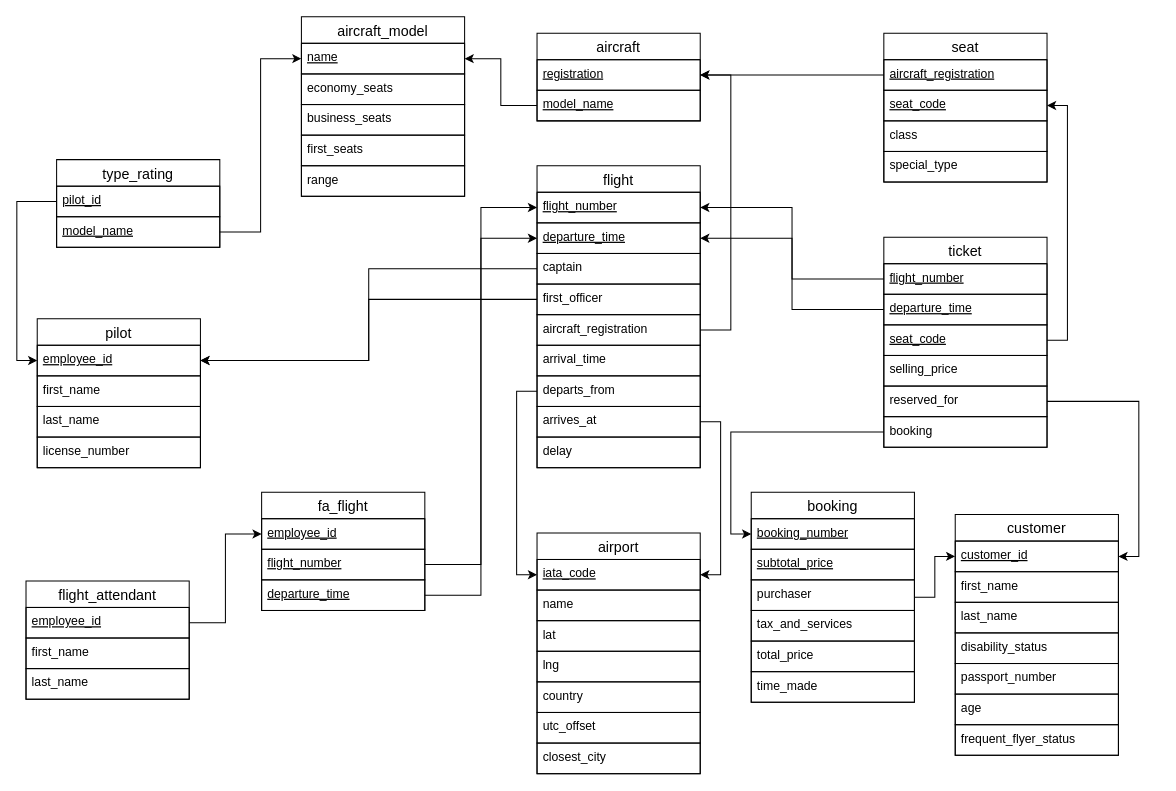
lyulka/comp3278 keeps this draw.io diagram as Airline system relational database schema.drawio. Above is the earlier version. Source tidied: cells renumbered, new cells numbered last; positions are measured from the earlier drawing's top-left corner, leaving out a move shared by most shapes. Both pictures are drawn from the tidied source at 102%, with x=0, y=0 at pixel (26, 16).
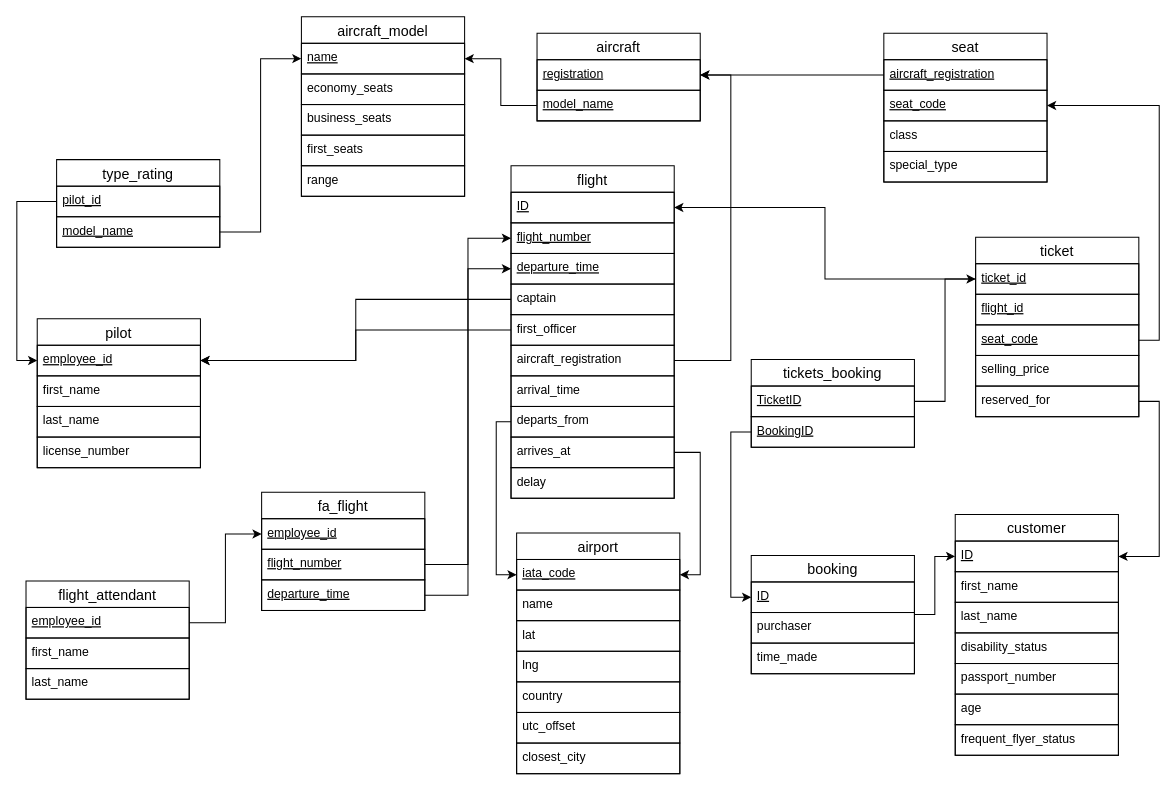
The same diagram, later.

The change refers to these unchanged cells:
```xml
<mxCell id="33" value="registration" style="text;fillColor=none;spacingLeft=4;spacingRight=4;overflow=hidden;points=[[0,0.5],[1,0.5]];portConstraint=eastwest;fontSize=12;fontStyle=4;strokeColor=#000000;" parent="32" vertex="1">
  <mxGeometry y="26" width="160" height="30" as="geometry" />
</mxCell>
<mxCell id="47" value="iata_code" style="text;fillColor=none;spacingLeft=4;spacingRight=4;overflow=hidden;points=[[0,0.5],[1,0.5]];portConstraint=eastwest;fontSize=12;fontStyle=4;strokeColor=#000000;" parent="46" vertex="1">
  <mxGeometry y="26" width="160" height="30" as="geometry" />
</mxCell>
<mxCell id="57" value="seat_code" style="text;fillColor=none;spacingLeft=4;spacingRight=4;overflow=hidden;points=[[0,0.5],[1,0.5]];portConstraint=eastwest;fontSize=12;fontStyle=4;strokeColor=#000000;" parent="55" vertex="1">
  <mxGeometry y="56" width="160" height="30" as="geometry" />
</mxCell>
<mxCell id="66" value="seat_code" style="text;fillColor=none;spacingLeft=4;spacingRight=4;overflow=hidden;points=[[0,0.5],[1,0.5]];portConstraint=eastwest;fontSize=12;strokeColor=#000000;fontStyle=4;" parent="63" vertex="1">
  <mxGeometry y="86" width="160" height="30" as="geometry" />
</mxCell>
<mxCell id="68" value="reserved_for" style="text;fillColor=none;spacingLeft=4;spacingRight=4;overflow=hidden;points=[[0,0.5],[1,0.5]];portConstraint=eastwest;fontSize=12;strokeColor=#000000;fontStyle=0;" parent="63" vertex="1">
  <mxGeometry y="146" width="160" height="30" as="geometry" />
</mxCell>
<mxCell id="73" value="customer" style="swimlane;fontStyle=0;horizontal=1;startSize=26;align=center;fontSize=14;" parent="1" vertex="1">
  <mxGeometry x="911" y="488" width="160" height="236" as="geometry" />
</mxCell>
```

The edit, as a diff of the source:
```diff
@@
     <mxCell id="35" value="flight" style="swimlane;fontStyle=0;horizontal=1;startSize=26;align=center;fontSize=14;" parent="1" vertex="1">
-      <mxGeometry x="501" y="146" width="160" height="296" as="geometry" />
+      <mxGeometry x="475.5" y="146" width="160" height="326" as="geometry" />
     </mxCell>
+    <mxCell id="90" value="ID" style="text;fillColor=none;spacingLeft=4;spacingRight=4;overflow=hidden;points=[[0,0.5],[1,0.5]];portConstraint=eastwest;fontSize=12;fontStyle=4;strokeColor=#000000;" parent="35" vertex="1">
+      <mxGeometry y="26" width="160" height="30" as="geometry" />
+    </mxCell>
     <mxCell id="36" value="flight_number" style="text;fillColor=none;spacingLeft=4;spacingRight=4;overflow=hidden;points=[[0,0.5],[1,0.5]];portConstraint=eastwest;fontSize=12;fontStyle=4;strokeColor=#000000;" parent="35" vertex="1">
-      <mxGeometry y="26" width="160" height="30" as="geometry" />
+      <mxGeometry y="56" width="160" height="30" as="geometry" />
     </mxCell>
     <mxCell id="37" value="departure_time" style="text;fillColor=none;spacingLeft=4;spacingRight=4;overflow=hidden;points=[[0,0.5],[1,0.5]];portConstraint=eastwest;fontSize=12;fontStyle=4;strokeColor=#000000;" parent="35" vertex="1">
-      <mxGeometry y="56" width="160" height="30" as="geometry" />
+      <mxGeometry y="86" width="160" height="30" as="geometry" />
     </mxCell>
     <mxCell id="38" value="captain" style="text;fillColor=none;spacingLeft=4;spacingRight=4;overflow=hidden;points=[[0,0.5],[1,0.5]];portConstraint=eastwest;fontSize=12;strokeColor=#000000;" parent="35" vertex="1">
-      <mxGeometry y="86" width="160" height="30" as="geometry" />
+      <mxGeometry y="116" width="160" height="30" as="geometry" />
     </mxCell>
     <mxCell id="39" value="first_officer" style="text;fillColor=none;spacingLeft=4;spacingRight=4;overflow=hidden;points=[[0,0.5],[1,0.5]];portConstraint=eastwest;fontSize=12;strokeColor=#000000;" parent="35" vertex="1">
-      <mxGeometry y="116" width="160" height="30" as="geometry" />
+      <mxGeometry y="146" width="160" height="30" as="geometry" />
     </mxCell>
     <mxCell id="40" value="aircraft_registration" style="text;fillColor=none;spacingLeft=4;spacingRight=4;overflow=hidden;points=[[0,0.5],[1,0.5]];portConstraint=eastwest;fontSize=12;strokeColor=#000000;" parent="35" vertex="1">
-      <mxGeometry y="146" width="160" height="30" as="geometry" />
+      <mxGeometry y="176" width="160" height="30" as="geometry" />
     </mxCell>
     <mxCell id="41" value="arrival_time" style="text;fillColor=none;spacingLeft=4;spacingRight=4;overflow=hidden;fontSize=12;strokeColor=#000000;" parent="35" vertex="1">
-      <mxGeometry y="176" width="160" height="30" as="geometry" />
+      <mxGeometry y="206" width="160" height="30" as="geometry" />
     </mxCell>
     <mxCell id="42" value="departs_from" style="text;fillColor=none;spacingLeft=4;spacingRight=4;overflow=hidden;points=[[0,0.5],[1,0.5]];portConstraint=eastwest;fontSize=12;strokeColor=#000000;" parent="35" vertex="1">
-      <mxGeometry y="206" width="160" height="30" as="geometry" />
+      <mxGeometry y="236" width="160" height="30" as="geometry" />
     </mxCell>
     <mxCell id="43" value="arrives_at" style="text;fillColor=none;spacingLeft=4;spacingRight=4;overflow=hidden;points=[[0,0.5],[1,0.5]];portConstraint=eastwest;fontSize=12;strokeColor=#000000;" parent="35" vertex="1">
-      <mxGeometry y="236" width="160" height="30" as="geometry" />
+      <mxGeometry y="266" width="160" height="30" as="geometry" />
     </mxCell>
     <mxCell id="44" value="delay" style="text;fillColor=none;spacingLeft=4;spacingRight=4;overflow=hidden;fontSize=12;strokeColor=#000000;" parent="35" vertex="1">
-      <mxGeometry y="266" width="160" height="30" as="geometry" />
+      <mxGeometry y="296" width="160" height="30" as="geometry" />
     </mxCell>
     <mxCell id="45" style="edgeStyle=orthogonalEdgeStyle;rounded=0;jettySize=auto;html=1;entryX=1;entryY=0.5;entryDx=0;entryDy=0;" parent="1" edge="1" source="40" target="33">
       <mxGeometry relative="1" as="geometry">
         <Array as="points">
-          <mxPoint x="691" y="307" />
+          <mxPoint x="691" y="337" />
           <mxPoint x="691" y="57" />
         </Array>
       </mxGeometry>
     </mxCell>
     <mxCell id="46" value="airport" style="swimlane;fontStyle=0;horizontal=1;startSize=26;align=center;fontSize=14;" parent="1" vertex="1">
-      <mxGeometry x="501" y="506" width="160" height="236" as="geometry" />
+      <mxGeometry x="481" y="506" width="160" height="236" as="geometry" />
     </mxCell>
@@
     <mxCell id="54" style="edgeStyle=orthogonalEdgeStyle;rounded=0;jettySize=auto;html=1;entryX=0;entryY=0.5;entryDx=0;entryDy=0;" parent="1" edge="1" source="42" target="47">
-      <mxGeometry relative="1" as="geometry" />
+      <mxGeometry relative="1" as="geometry">
+        <Array as="points">
+          <mxPoint x="461" y="397" />
+          <mxPoint x="461" y="547" />
+        </Array>
+      </mxGeometry>
     </mxCell>
@@
-    <mxCell id="61" style="edgeStyle=orthogonalEdgeStyle;rounded=0;jettySize=auto;html=1;entryX=1;entryY=0.5;entryDx=0;entryDy=0;" parent="1" edge="1" source="64" target="36">
+    <mxCell id="61" style="edgeStyle=orthogonalEdgeStyle;rounded=0;jettySize=auto;html=1;entryX=1;entryY=0.5;entryDx=0;entryDy=0;exitX=0;exitY=0.5;exitDx=0;exitDy=0;" parent="1" edge="1" source="91" target="90">
       <mxGeometry relative="1" as="geometry" />
     </mxCell>
-    <mxCell id="62" style="edgeStyle=orthogonalEdgeStyle;rounded=0;jettySize=auto;html=1;entryX=1;entryY=0.5;entryDx=0;entryDy=0;" parent="1" edge="1" source="65" target="37">
-      <mxGeometry relative="1" as="geometry" />
-    </mxCell>
     <mxCell id="63" value="ticket" style="swimlane;fontStyle=0;horizontal=1;startSize=26;align=center;fontSize=14;" parent="1" vertex="1">
-      <mxGeometry x="841" y="216" width="160" height="206" as="geometry" />
+      <mxGeometry x="931" y="216" width="160" height="176" as="geometry" />
     </mxCell>
+    <mxCell id="91" value="ticket_id" style="text;fillColor=none;spacingLeft=4;spacingRight=4;overflow=hidden;points=[[0,0.5],[1,0.5]];portConstraint=eastwest;fontSize=12;fontStyle=4;strokeColor=#000000;" parent="63" vertex="1">
+      <mxGeometry y="26" width="160" height="30" as="geometry" />
+    </mxCell>
-    <mxCell id="64" value="flight_number" style="text;fillColor=none;spacingLeft=4;spacingRight=4;overflow=hidden;points=[[0,0.5],[1,0.5]];portConstraint=eastwest;fontSize=12;fontStyle=4;strokeColor=#000000;" parent="63" vertex="1">
-      <mxGeometry y="26" width="160" height="30" as="geometry" />
+    <mxCell id="64" value="flight_id" style="text;fillColor=none;spacingLeft=4;spacingRight=4;overflow=hidden;points=[[0,0.5],[1,0.5]];portConstraint=eastwest;fontSize=12;fontStyle=4;strokeColor=#000000;" parent="63" vertex="1">
+      <mxGeometry y="56" width="160" height="30" as="geometry" />
     </mxCell>
-    <mxCell id="65" value="departure_time" style="text;fillColor=none;spacingLeft=4;spacingRight=4;overflow=hidden;points=[[0,0.5],[1,0.5]];portConstraint=eastwest;fontSize=12;fontStyle=4;strokeColor=#000000;" parent="63" vertex="1">
-      <mxGeometry y="56" width="160" height="30" as="geometry" />
-    </mxCell>
@@
-    <mxCell id="69" value="booking" style="text;fillColor=none;spacingLeft=4;spacingRight=4;overflow=hidden;points=[[0,0.5],[1,0.5]];portConstraint=eastwest;fontSize=12;strokeColor=#000000;fontStyle=0;" parent="63" vertex="1">
-      <mxGeometry y="176" width="160" height="30" as="geometry" />
-    </mxCell>
     <mxCell id="70" style="edgeStyle=orthogonalEdgeStyle;rounded=0;jettySize=auto;html=1;entryX=1;entryY=0.5;entryDx=0;entryDy=0;" parent="1" edge="1" source="66" target="57">
       <mxGeometry relative="1" as="geometry">
         <Array as="points">
-          <mxPoint x="1021" y="317" />
-          <mxPoint x="1021" y="87" />
+          <mxPoint x="1111" y="317" />
+          <mxPoint x="1111" y="87" />
         </Array>
       </mxGeometry>
     </mxCell>
-    <mxCell id="71" style="edgeStyle=orthogonalEdgeStyle;rounded=0;jettySize=auto;html=1;entryX=0;entryY=0.5;entryDx=0;entryDy=0;" parent="1" edge="1" source="69" target="83">
-      <mxGeometry relative="1" as="geometry" />
-    </mxCell>
@@
-    <mxCell id="74" value="customer_id" style="text;fillColor=none;spacingLeft=4;spacingRight=4;overflow=hidden;points=[[0,0.5],[1,0.5]];portConstraint=eastwest;fontSize=12;fontStyle=4;strokeColor=#000000;" parent="73" vertex="1">
+    <mxCell id="74" value="ID" style="text;fillColor=none;spacingLeft=4;spacingRight=4;overflow=hidden;points=[[0,0.5],[1,0.5]];portConstraint=eastwest;fontSize=12;fontStyle=4;strokeColor=#000000;" parent="73" vertex="1">
       <mxGeometry y="26" width="160" height="30" as="geometry" />
     </mxCell>
@@
     <mxCell id="81" style="edgeStyle=orthogonalEdgeStyle;rounded=0;jettySize=auto;html=1;entryX=1;entryY=0.5;entryDx=0;entryDy=0;" parent="1" edge="1" source="43" target="47">
       <mxGeometry relative="1" as="geometry">
         <Array as="points">
-          <mxPoint x="681" y="397" />
-          <mxPoint x="681" y="547" />
+          <mxPoint x="661" y="427" />
+          <mxPoint x="661" y="547" />
         </Array>
       </mxGeometry>
     </mxCell>
     <mxCell id="82" value="booking" style="swimlane;fontStyle=0;horizontal=1;startSize=26;align=center;fontSize=14;" parent="1" vertex="1">
-      <mxGeometry x="711" y="466" width="160" height="206" as="geometry" />
+      <mxGeometry x="711" y="528" width="160" height="116" as="geometry" />
     </mxCell>
-    <mxCell id="83" value="booking_number" style="text;fillColor=none;spacingLeft=4;spacingRight=4;overflow=hidden;points=[[0,0.5],[1,0.5]];portConstraint=eastwest;fontSize=12;fontStyle=4;strokeColor=#000000;" parent="82" vertex="1">
+    <mxCell id="83" value="ID" style="text;fillColor=none;spacingLeft=4;spacingRight=4;overflow=hidden;points=[[0,0.5],[1,0.5]];portConstraint=eastwest;fontSize=12;fontStyle=4;strokeColor=#000000;" parent="82" vertex="1">
       <mxGeometry y="26" width="160" height="30" as="geometry" />
     </mxCell>
-    <mxCell id="84" value="subtotal_price" style="text;fillColor=none;spacingLeft=4;spacingRight=4;overflow=hidden;fontSize=12;fontStyle=4;strokeColor=#000000;" parent="82" vertex="1">
-      <mxGeometry y="56" width="160" height="30" as="geometry" />
-    </mxCell>
     <mxCell id="85" value="purchaser" style="text;fillColor=none;spacingLeft=4;spacingRight=4;overflow=hidden;fontSize=12;strokeColor=#000000;fontStyle=0;" parent="82" vertex="1">
-      <mxGeometry y="86" width="160" height="30" as="geometry" />
+      <mxGeometry y="56" width="160" height="30" as="geometry" />
     </mxCell>
-    <mxCell id="86" value="tax_and_services" style="text;fillColor=none;spacingLeft=4;spacingRight=4;overflow=hidden;fontSize=12;strokeColor=#000000;fontStyle=0;" parent="82" vertex="1">
-      <mxGeometry y="116" width="160" height="30" as="geometry" />
-    </mxCell>
-    <mxCell id="87" value="total_price" style="text;fillColor=none;spacingLeft=4;spacingRight=4;overflow=hidden;fontSize=12;strokeColor=#000000;fontStyle=0;" parent="82" vertex="1">
-      <mxGeometry y="146" width="160" height="30" as="geometry" />
-    </mxCell>
     <mxCell id="88" value="time_made" style="text;fillColor=none;spacingLeft=4;spacingRight=4;overflow=hidden;fontSize=12;strokeColor=#000000;fontStyle=0;" parent="82" vertex="1">
-      <mxGeometry y="176" width="160" height="30" as="geometry" />
+      <mxGeometry y="86" width="160" height="30" as="geometry" />
     </mxCell>
     <mxCell id="89" style="edgeStyle=orthogonalEdgeStyle;rounded=0;jettySize=auto;html=1;entryX=1;entryY=0.5;entryDx=0;entryDy=0;" parent="1" edge="1" source="68" target="74">
-      <mxGeometry relative="1" as="geometry" />
+      <mxGeometry relative="1" as="geometry">
+        <Array as="points">
+          <mxPoint x="1111" y="377" />
+          <mxPoint x="1111" y="529" />
+        </Array>
+      </mxGeometry>
     </mxCell>
+    <mxCell id="92" value="tickets_booking" style="swimlane;fontStyle=0;horizontal=1;startSize=26;align=center;fontSize=14;" parent="1" vertex="1">
+      <mxGeometry x="711" y="336" width="160" height="86" as="geometry" />
+    </mxCell>
+    <mxCell id="93" value="TicketID" style="text;fillColor=none;spacingLeft=4;spacingRight=4;overflow=hidden;points=[[0,0.5],[1,0.5]];portConstraint=eastwest;fontSize=12;fontStyle=4;strokeColor=#000000;" parent="92" vertex="1">
+      <mxGeometry y="26" width="160" height="30" as="geometry" />
+    </mxCell>
+    <mxCell id="94" value="BookingID" style="text;fillColor=none;spacingLeft=4;spacingRight=4;overflow=hidden;points=[[0,0.5],[1,0.5]];portConstraint=eastwest;fontSize=12;fontStyle=4;strokeColor=#000000;" parent="92" vertex="1">
+      <mxGeometry y="56" width="160" height="30" as="geometry" />
+    </mxCell>
+    <mxCell id="95" style="edgeStyle=orthogonalEdgeStyle;rounded=0;jettySize=auto;html=1;entryX=0;entryY=0.5;entryDx=0;entryDy=0;" parent="1" edge="1" source="93" target="91">
+      <mxGeometry relative="1" as="geometry" />
+    </mxCell>
+    <mxCell id="96" style="edgeStyle=orthogonalEdgeStyle;rounded=0;jettySize=auto;html=1;entryX=0;entryY=0.5;entryDx=0;entryDy=0;" parent="1" edge="1" source="94" target="83">
+      <mxGeometry relative="1" as="geometry" />
+    </mxCell>
```
